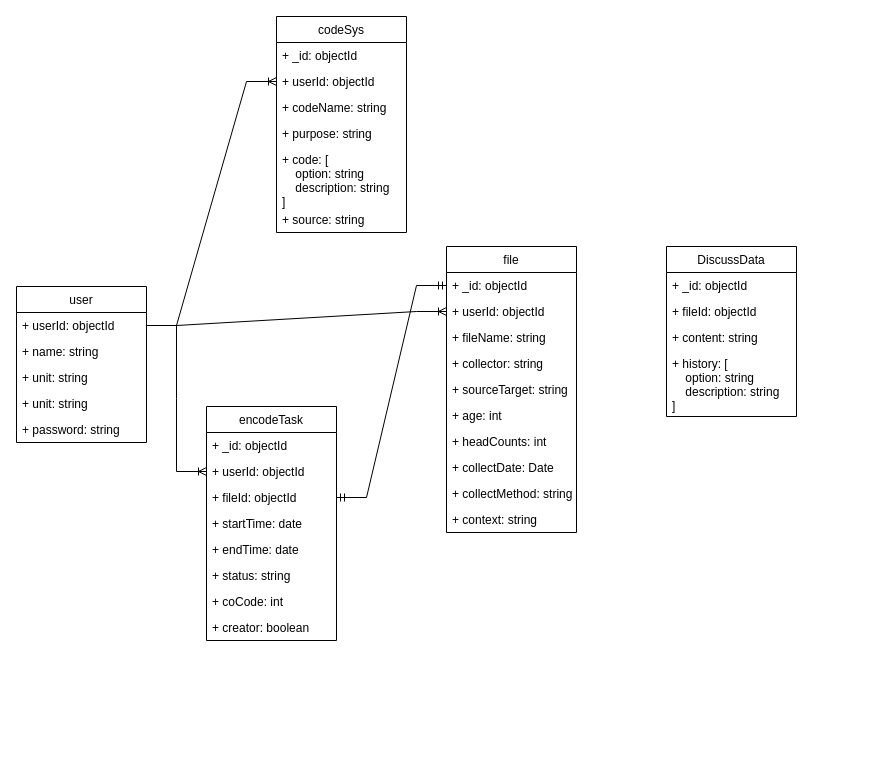
Before: NLP.drawio in Zeng9898/argument-platform, a draw.io diagram. Source tidied: cells renumbered, new cells numbered last; positions are measured from the earlier drawing's top-left corner, leaving out a move shared by most shapes. Both pictures are drawn from the tidied source at 100%, with x=0, y=0 at pixel (16, 16).
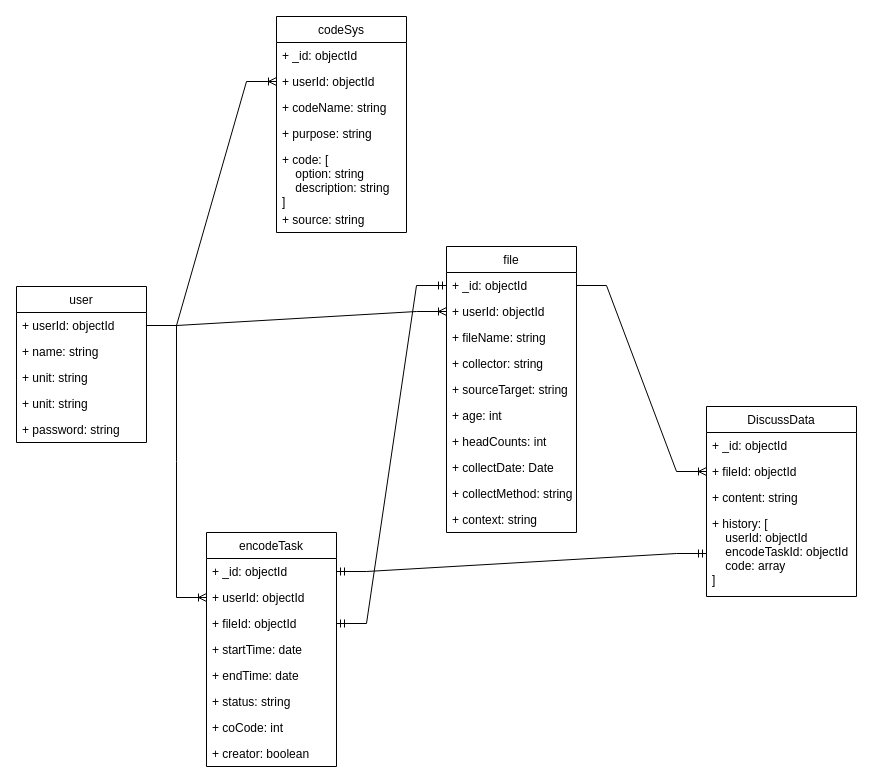
After the change.

Unchanged cells that the change refers to:
```xml
<mxCell id="9" value="+ _id: objectId" style="text;strokeColor=none;fillColor=none;align=left;verticalAlign=top;spacingLeft=4;spacingRight=4;overflow=hidden;points=[[0,0.5],[1,0.5]];portConstraint=eastwest;" parent="8" vertex="1">
  <mxGeometry y="26" width="130" height="26" as="geometry" />
</mxCell>
<mxCell id="29" value="+ _id: objectId" style="text;strokeColor=none;fillColor=none;align=left;verticalAlign=top;spacingLeft=4;spacingRight=4;overflow=hidden;points=[[0,0.5],[1,0.5]];portConstraint=eastwest;" parent="28" vertex="1">
  <mxGeometry y="26" width="130" height="26" as="geometry" />
</mxCell>
```

Change to the diagram source:
```diff
@@
     <mxCell id="28" value="encodeTask" style="swimlane;fontStyle=0;horizontal=1;startSize=26;fillColor=none;" parent="1" vertex="1">
-      <mxGeometry x="190" y="390" width="130" height="234" as="geometry" />
+      <mxGeometry x="190" y="516" width="130" height="234" as="geometry" />
     </mxCell>
@@
     <mxCell id="39" value="DiscussData" style="swimlane;fontStyle=0;horizontal=1;startSize=26;fillColor=none;" parent="1" vertex="1">
-      <mxGeometry x="650" y="230" width="130" height="170" as="geometry" />
+      <mxGeometry x="690" y="390" width="150" height="190" as="geometry" />
     </mxCell>
     <mxCell id="40" value="+ _id: objectId" style="text;strokeColor=none;fillColor=none;align=left;verticalAlign=top;spacingLeft=4;spacingRight=4;overflow=hidden;" parent="39" vertex="1">
-      <mxGeometry y="26" width="130" height="26" as="geometry" />
+      <mxGeometry y="26" width="150" height="26" as="geometry" />
     </mxCell>
     <mxCell id="41" value="+ fileId: objectId" style="text;strokeColor=none;fillColor=none;align=left;verticalAlign=top;spacingLeft=4;spacingRight=4;overflow=hidden;points=[[0,0.5],[1,0.5]];portConstraint=eastwest;" parent="39" vertex="1">
-      <mxGeometry y="52" width="130" height="26" as="geometry" />
+      <mxGeometry y="52" width="150" height="26" as="geometry" />
     </mxCell>
     <mxCell id="42" value="+ content: string" style="text;strokeColor=none;fillColor=none;align=left;verticalAlign=top;spacingLeft=4;spacingRight=4;overflow=hidden;" parent="39" vertex="1">
-      <mxGeometry y="78" width="130" height="26" as="geometry" />
+      <mxGeometry y="78" width="150" height="26" as="geometry" />
     </mxCell>
-    <mxCell id="43" value="+ history: [&#10;    option: string&#10;    description: string&#10;]" style="text;strokeColor=none;fillColor=none;align=left;verticalAlign=top;spacingLeft=4;spacingRight=4;overflow=hidden;points=[[0,0.5],[1,0.5]];portConstraint=eastwest;" parent="39" vertex="1">
-      <mxGeometry y="104" width="130" height="66" as="geometry" />
+    <mxCell id="43" value="+ history: [&#10;    userId: objectId&#10;    encodeTaskId: objectId&#10;    code: array&#10;]" style="text;strokeColor=none;fillColor=none;align=left;verticalAlign=top;spacingLeft=4;spacingRight=4;overflow=hidden;points=[[0,0.5],[1,0.5]];portConstraint=eastwest;" parent="39" vertex="1">
+      <mxGeometry y="104" width="150" height="86" as="geometry" />
     </mxCell>
+    <mxCell id="44" style="edgeStyle=entityRelationEdgeStyle;fontSize=12;html=1;endArrow=ERoneToMany;rounded=0;exitX=1;exitY=0.5;exitDx=0;exitDy=0;entryX=0;entryY=0.5;entryDx=0;entryDy=0;" parent="1" edge="1" source="9" target="41">
+      <mxGeometry relative="1" as="geometry" />
+    </mxCell>
+    <mxCell id="45" style="edgeStyle=entityRelationEdgeStyle;fontSize=12;html=1;endArrow=ERmandOne;startArrow=ERmandOne;rounded=0;entryX=0;entryY=0.5;entryDx=0;entryDy=0;" parent="1" edge="1" source="29" target="43">
+      <mxGeometry relative="1" as="geometry" />
+    </mxCell>
```
